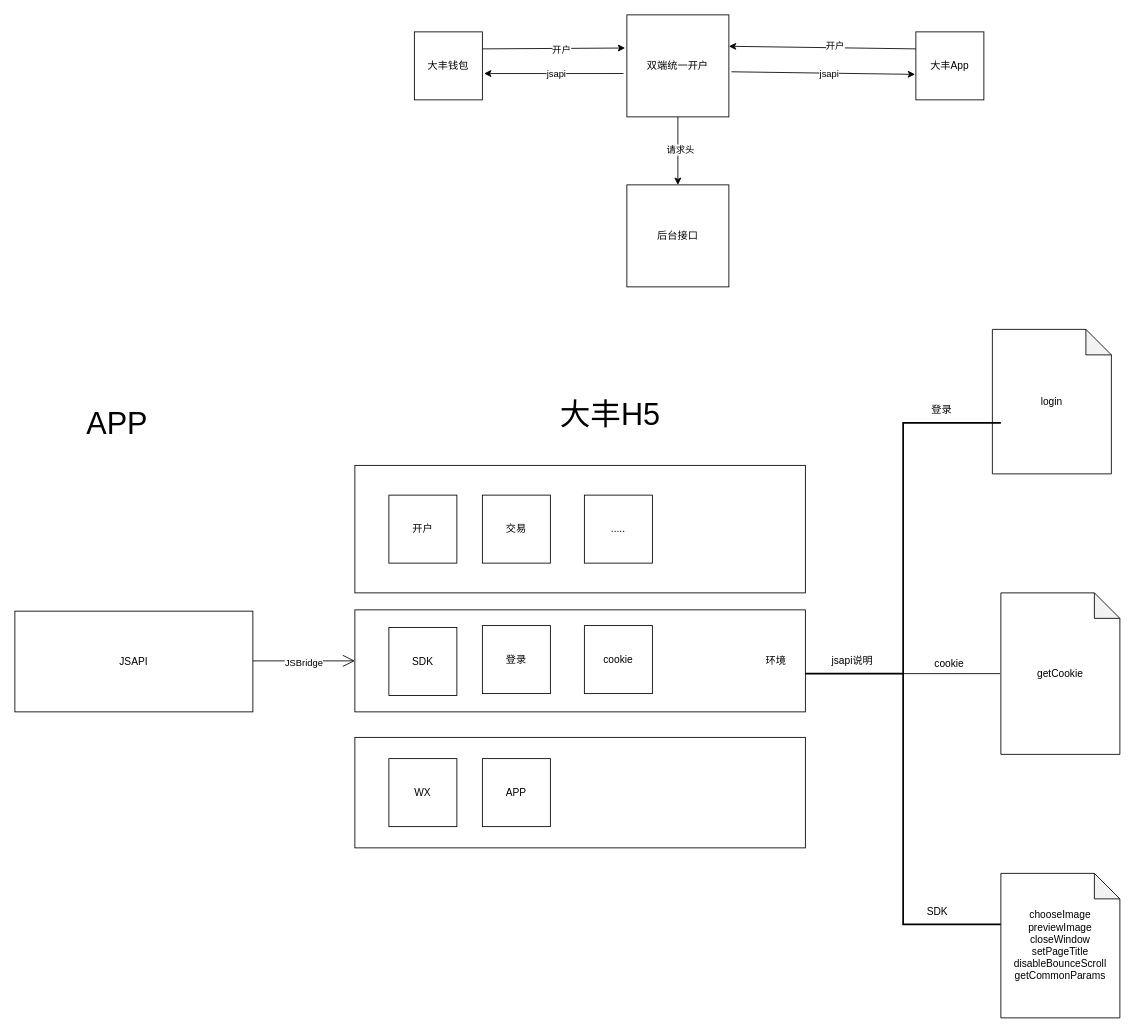
Above: page "第 1 页" (1 of 3) of 未命名绘图.drawio in ios2014/ios-- (draw.io), before the change. Source tidied: cells renumbered, new cells numbered last; positions are measured from the earlier drawing's top-left corner, leaving out a move shared by most shapes. Both pictures are drawn from the tidied source at 85%, with x=0, y=0 at pixel (14, 14).
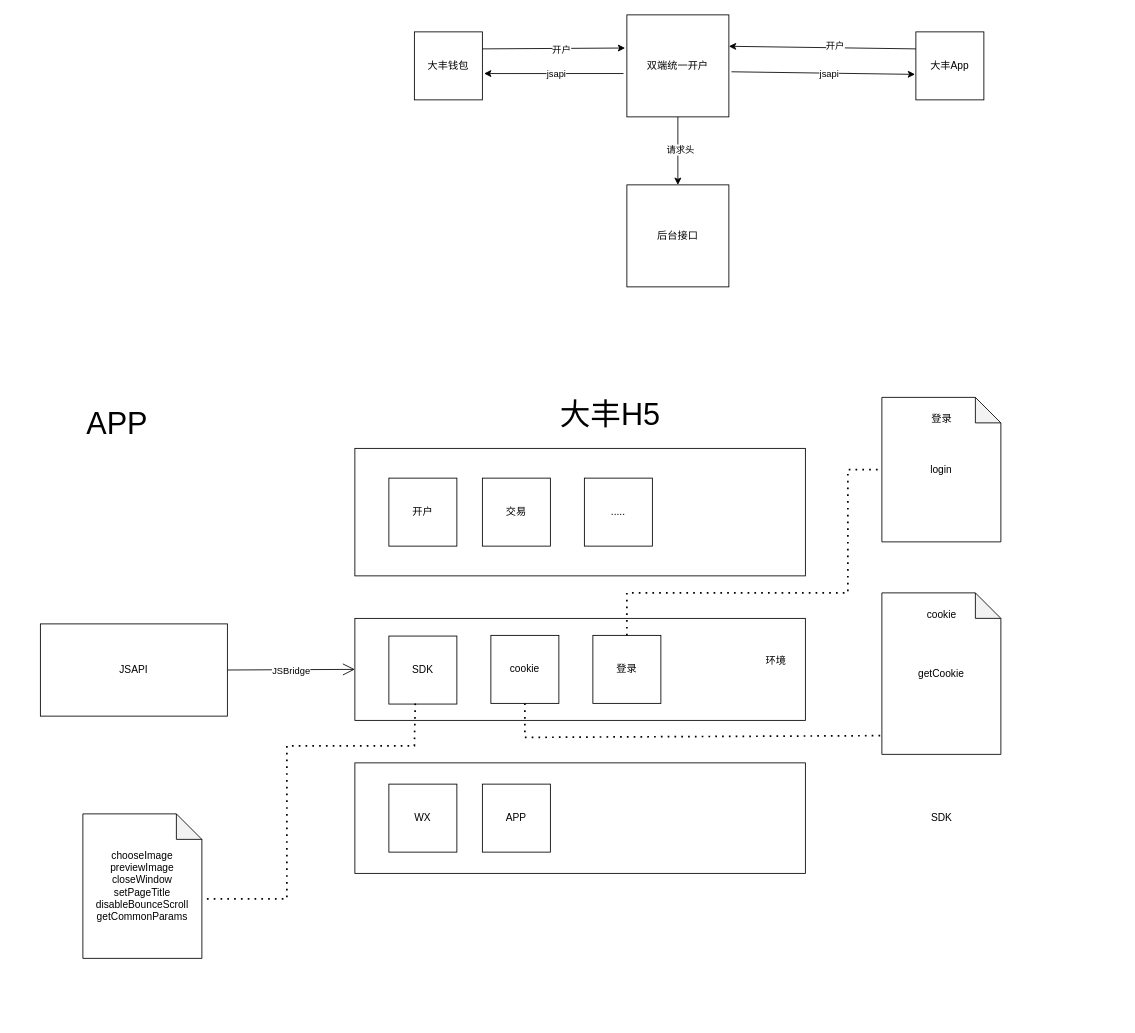
Above is the later version.

Diff of the diagram source:
```diff
@@
     <mxCell id="16" style="rounded=0;whiteSpace=wrap;html=1;" parent="1" vertex="1">
-      <mxGeometry x="400" y="700" width="530" height="120" as="geometry" />
+      <mxGeometry x="400" y="710" width="530" height="120" as="geometry" />
     </mxCell>
     <mxCell id="17" style="rounded=0;whiteSpace=wrap;html=1;" parent="1" vertex="1">
-      <mxGeometry x="400" y="530" width="530" height="150" as="geometry" />
+      <mxGeometry x="400" y="510" width="530" height="150" as="geometry" />
     </mxCell>
     <mxCell id="18" style="rounded=0;whiteSpace=wrap;html=1;" parent="1" vertex="1">
-      <mxGeometry x="400" y="850" width="530" height="130" as="geometry" />
+      <mxGeometry x="400" y="880" width="530" height="130" as="geometry" />
     </mxCell>
     <mxCell id="19" value="WX" style="whiteSpace=wrap;html=1;" parent="1" vertex="1">
-      <mxGeometry x="440" y="875" width="80" height="80" as="geometry" />
+      <mxGeometry x="440" y="905" width="80" height="80" as="geometry" />
     </mxCell>
     <mxCell id="20" value="APP" style="whiteSpace=wrap;html=1;" parent="1" vertex="1">
-      <mxGeometry x="550" y="875" width="80" height="80" as="geometry" />
+      <mxGeometry x="550" y="905" width="80" height="80" as="geometry" />
     </mxCell>
     <mxCell id="21" value="登录" style="whiteSpace=wrap;html=1;" parent="1" vertex="1">
-      <mxGeometry x="550" y="718.5" width="80" height="80" as="geometry" />
+      <mxGeometry x="680" y="730" width="80" height="80" as="geometry" />
     </mxCell>
     <mxCell id="22" value="SDK" style="whiteSpace=wrap;html=1;" parent="1" vertex="1">
-      <mxGeometry x="440" y="720.8" width="80" height="80" as="geometry" />
+      <mxGeometry x="440" y="730.8" width="80" height="80" as="geometry" />
     </mxCell>
     <mxCell id="23" value="开户" style="whiteSpace=wrap;html=1;" parent="1" vertex="1">
-      <mxGeometry x="440" y="565" width="80" height="80" as="geometry" />
+      <mxGeometry x="440" y="545" width="80" height="80" as="geometry" />
     </mxCell>
     <mxCell id="24" value="交易" style="whiteSpace=wrap;html=1;" parent="1" vertex="1">
-      <mxGeometry x="550" y="565" width="80" height="80" as="geometry" />
+      <mxGeometry x="550" y="545" width="80" height="80" as="geometry" />
     </mxCell>
@@
     <mxCell id="26" value="....." style="whiteSpace=wrap;html=1;" parent="1" vertex="1">
-      <mxGeometry x="670" y="565" width="80" height="80" as="geometry" />
+      <mxGeometry x="670" y="545" width="80" height="80" as="geometry" />
     </mxCell>
     <mxCell id="27" value="login" style="shape=note;whiteSpace=wrap;html=1;backgroundOutline=1;darkOpacity=0.05;" parent="1" vertex="1">
-      <mxGeometry x="1150" y="370" width="140" height="170" as="geometry" />
+      <mxGeometry x="1020" y="450" width="140" height="170" as="geometry" />
     </mxCell>
-    <mxCell id="28" style="strokeWidth=2;html=1;shape=mxgraph.flowchart.annotation_2;align=left;labelPosition=right;" parent="1" vertex="1">
-      <mxGeometry x="930" y="480" width="230" height="590" as="geometry" />
-    </mxCell>
     <mxCell id="29" value="chooseImage&lt;br&gt;previewImage&lt;br&gt;closeWindow&lt;br&gt;setPageTitle&lt;br&gt;disableBounceScroll&lt;br&gt;getCommonParams" style="shape=note;whiteSpace=wrap;html=1;backgroundOutline=1;darkOpacity=0.05;" parent="1" vertex="1">
-      <mxGeometry x="1160" y="1010" width="140" height="170" as="geometry" />
+      <mxGeometry x="80" y="940" width="140" height="170" as="geometry" />
     </mxCell>
-    <mxCell id="30" value="jsapi说明" style="text;html=1;align=center;verticalAlign=middle;strokeColor=none;fillColor=none;" parent="1" vertex="1">
-      <mxGeometry x="950" y="745" width="70" height="30" as="geometry" />
-    </mxCell>
     <mxCell id="31" value="登录" style="text;html=1;align=center;verticalAlign=middle;strokeColor=none;fillColor=none;" parent="1" vertex="1">
-      <mxGeometry x="1065" y="450" width="50" height="30" as="geometry" />
+      <mxGeometry x="1065" y="460" width="50" height="30" as="geometry" />
     </mxCell>
     <mxCell id="32" value="SDK" style="text;html=1;align=center;verticalAlign=middle;strokeColor=none;fillColor=none;" parent="1" vertex="1">
-      <mxGeometry x="1060" y="1040" width="50" height="30" as="geometry" />
+      <mxGeometry x="1065" y="930" width="50" height="30" as="geometry" />
     </mxCell>
     <mxCell id="33" value="JSAPI" style="rounded=0;whiteSpace=wrap;html=1;" parent="1" vertex="1">
-      <mxGeometry y="701.5" width="280" height="118.5" as="geometry" />
+      <mxGeometry x="30" y="716.5" width="220" height="108.5" as="geometry" />
     </mxCell>
@@
-    <mxCell id="36" style="endArrow=open;endFill=1;endSize=12;html=1;rounded=0;entryX=0;entryY=0.5;entryDx=0;entryDy=0;" parent="1" edge="1" target="16">
-      <mxGeometry relative="1" as="geometry">
-        <mxPoint x="280" y="760" as="sourcePoint" />
-      </mxGeometry>
+    <mxCell id="36" style="endArrow=open;endFill=1;endSize=12;html=1;rounded=0;entryX=0;entryY=0.5;entryDx=0;entryDy=0;exitX=1;exitY=0.5;exitDx=0;exitDy=0;" parent="1" edge="1" source="33" target="16">
+      <mxGeometry relative="1" as="geometry" />
     </mxCell>
@@
-    <mxCell id="38" style="line;strokeWidth=1;fillColor=none;align=left;verticalAlign=middle;spacingTop=-1;spacingLeft=3;spacingRight=3;labelPosition=right;strokeColor=inherit;" parent="1" vertex="1">
-      <mxGeometry x="1039" y="771" width="120" height="8" as="geometry" />
-    </mxCell>
     <mxCell id="39" value="getCookie" style="shape=note;whiteSpace=wrap;html=1;backgroundOutline=1;darkOpacity=0.05;" parent="1" vertex="1">
-      <mxGeometry x="1160" y="680" width="140" height="190" as="geometry" />
+      <mxGeometry x="1020" y="680" width="140" height="190" as="geometry" />
     </mxCell>
     <mxCell id="40" value="cookie" style="text;html=1;align=center;verticalAlign=middle;strokeColor=none;fillColor=none;" parent="1" vertex="1">
-      <mxGeometry x="1059" y="749" width="80" height="30" as="geometry" />
+      <mxGeometry x="1050" y="690.8" width="80" height="30" as="geometry" />
     </mxCell>
     <mxCell id="41" value="cookie" style="whiteSpace=wrap;html=1;" parent="1" vertex="1">
-      <mxGeometry x="670" y="718.5" width="80" height="80" as="geometry" />
+      <mxGeometry x="560" y="730" width="80" height="80" as="geometry" />
     </mxCell>
+    <mxCell id="42" style="endArrow=none;dashed=1;html=1;dashPattern=1 3;strokeWidth=2;rounded=0;entryX=0;entryY=0.5;entryDx=0;entryDy=0;entryPerimeter=0;exitX=0.5;exitY=0;exitDx=0;exitDy=0;" parent="1" edge="1" source="21" target="27">
+      <mxGeometry relative="1" as="geometry">
+        <Array as="points">
+          <mxPoint x="720" y="680" />
+          <mxPoint x="980" y="680" />
+          <mxPoint x="980" y="535" />
+        </Array>
+      </mxGeometry>
+    </mxCell>
+    <mxCell id="43" style="endArrow=none;dashed=1;html=1;dashPattern=1 3;strokeWidth=2;rounded=0;entryX=0.007;entryY=0.884;entryDx=0;entryDy=0;entryPerimeter=0;" parent="1" edge="1" source="41" target="39">
+      <mxGeometry relative="1" as="geometry">
+        <Array as="points">
+          <mxPoint x="600" y="850" />
+        </Array>
+      </mxGeometry>
+    </mxCell>
+    <mxCell id="44" style="endArrow=none;dashed=1;html=1;dashPattern=1 3;strokeWidth=2;rounded=0;exitX=0.388;exitY=0.991;exitDx=0;exitDy=0;exitPerimeter=0;" parent="1" edge="1" source="22">
+      <mxGeometry relative="1" as="geometry">
+        <mxPoint x="220" y="1040" as="targetPoint" />
+        <Array as="points">
+          <mxPoint x="470" y="860" />
+          <mxPoint x="320" y="860" />
+          <mxPoint x="320" y="1040" />
+        </Array>
+      </mxGeometry>
+    </mxCell>
```
